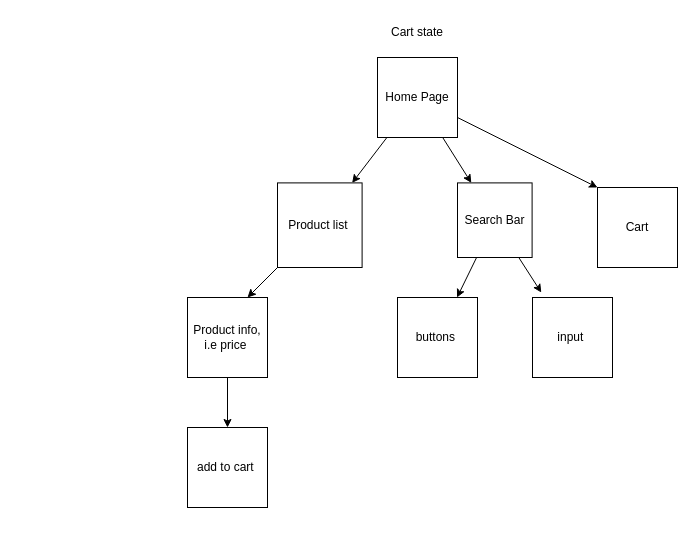
Before: tree.drawio in SchoolOfCode/bc14_w8d5_hackathon_frontend-room32_max_danayet_arwa, a draw.io diagram. Source tidied: cells renumbered, new cells numbered last; positions are measured from the earlier drawing's top-left corner, leaving out a move shared by most shapes. Both pictures are drawn from the tidied source at 100%, with x=0, y=0 at pixel (187, 17).
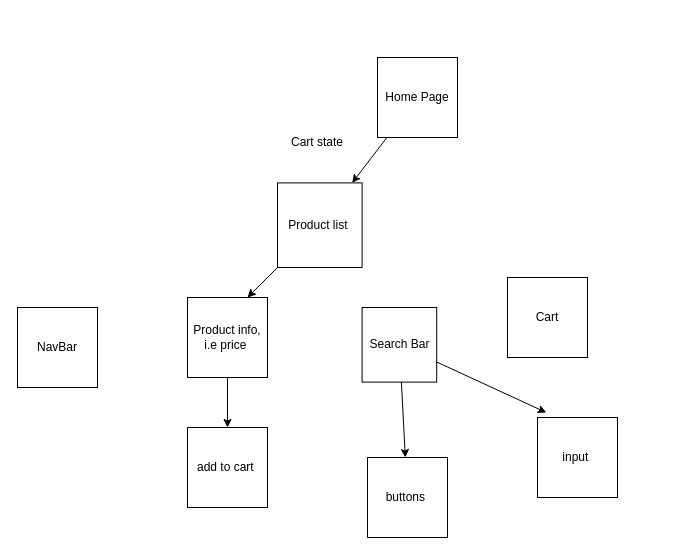
After the change.

What changed in the source:
```diff
@@
 <mxGraphModel>
   <root>
     <mxCell id="0" />
     <mxCell id="1" parent="0" />
     <mxCell id="2" style="edgeStyle=none;html=1;" parent="1" edge="1" source="5" target="7">
       <mxGeometry relative="1" as="geometry" />
     </mxCell>
-    <mxCell id="3" style="edgeStyle=none;html=1;" parent="1" edge="1" source="5" target="10">
-      <mxGeometry relative="1" as="geometry" />
-    </mxCell>
-    <mxCell id="4" style="edgeStyle=none;html=1;entryX=0;entryY=0;entryDx=0;entryDy=0;" parent="1" edge="1" source="5" target="14">
-      <mxGeometry relative="1" as="geometry" />
-    </mxCell>
     <mxCell id="5" value="Home Page" style="whiteSpace=wrap;html=1;" parent="1" vertex="1">
       <mxGeometry x="190" y="40" width="80" height="80" as="geometry" />
     </mxCell>
     <mxCell id="6" style="edgeStyle=none;html=1;" parent="1" edge="1" source="7">
       <mxGeometry relative="1" as="geometry">
         <mxPoint x="60" y="280" as="targetPoint" />
       </mxGeometry>
     </mxCell>
     <mxCell id="7" value="Product list&amp;nbsp;" style="whiteSpace=wrap;html=1;" parent="1" vertex="1">
       <mxGeometry x="90" y="165.4" width="84.6" height="84.6" as="geometry" />
     </mxCell>
     <mxCell id="8" style="edgeStyle=none;html=1;" parent="1" edge="1" source="10" target="11">
       <mxGeometry relative="1" as="geometry" />
     </mxCell>
     <mxCell id="9" style="edgeStyle=none;html=1;entryX=0.11;entryY=-0.062;entryDx=0;entryDy=0;entryPerimeter=0;" parent="1" edge="1" source="10" target="15">
       <mxGeometry relative="1" as="geometry" />
     </mxCell>
     <mxCell id="10" value="Search Bar" style="whiteSpace=wrap;html=1;" parent="1" vertex="1">
-      <mxGeometry x="270" y="165.4" width="74.6" height="74.6" as="geometry" />
+      <mxGeometry x="174.6" y="290" width="74.6" height="74.6" as="geometry" />
     </mxCell>
     <mxCell id="11" value="buttons&amp;nbsp;" style="whiteSpace=wrap;html=1;" parent="1" vertex="1">
-      <mxGeometry x="210" y="280" width="80" height="80" as="geometry" />
+      <mxGeometry x="180" y="440" width="80" height="80" as="geometry" />
     </mxCell>
     <mxCell id="12" style="edgeStyle=none;html=1;entryX=0.5;entryY=0;entryDx=0;entryDy=0;" parent="1" edge="1" source="13" target="16">
       <mxGeometry relative="1" as="geometry" />
     </mxCell>
     <mxCell id="13" value="Product info, i.e price&amp;nbsp;" style="whiteSpace=wrap;html=1;" parent="1" vertex="1">
       <mxGeometry y="280" width="80" height="80" as="geometry" />
     </mxCell>
     <mxCell id="14" value="Cart" style="whiteSpace=wrap;html=1;" parent="1" vertex="1">
-      <mxGeometry x="410" y="170" width="80" height="80" as="geometry" />
+      <mxGeometry x="320" y="260" width="80" height="80" as="geometry" />
     </mxCell>
     <mxCell id="15" value="input&amp;nbsp;" style="whiteSpace=wrap;html=1;" parent="1" vertex="1">
-      <mxGeometry x="345" y="280" width="80" height="80" as="geometry" />
+      <mxGeometry x="350" y="400" width="80" height="80" as="geometry" />
     </mxCell>
     <mxCell id="16" value="add to cart&amp;nbsp;" style="whiteSpace=wrap;html=1;" parent="1" vertex="1">
       <mxGeometry y="410" width="80" height="80" as="geometry" />
     </mxCell>
     <mxCell id="17" value="Cart state" style="text;html=1;strokeColor=none;fillColor=none;align=center;verticalAlign=middle;whiteSpace=wrap;rounded=0;" parent="1" vertex="1">
-      <mxGeometry x="200" width="60" height="30" as="geometry" />
+      <mxGeometry x="100" y="110" width="60" height="30" as="geometry" />
     </mxCell>
+    <mxCell id="18" value="NavBar" style="whiteSpace=wrap;html=1;" parent="1" vertex="1">
+      <mxGeometry x="-170" y="290" width="80" height="80" as="geometry" />
+    </mxCell>
   </root>
 </mxGraphModel>
```
